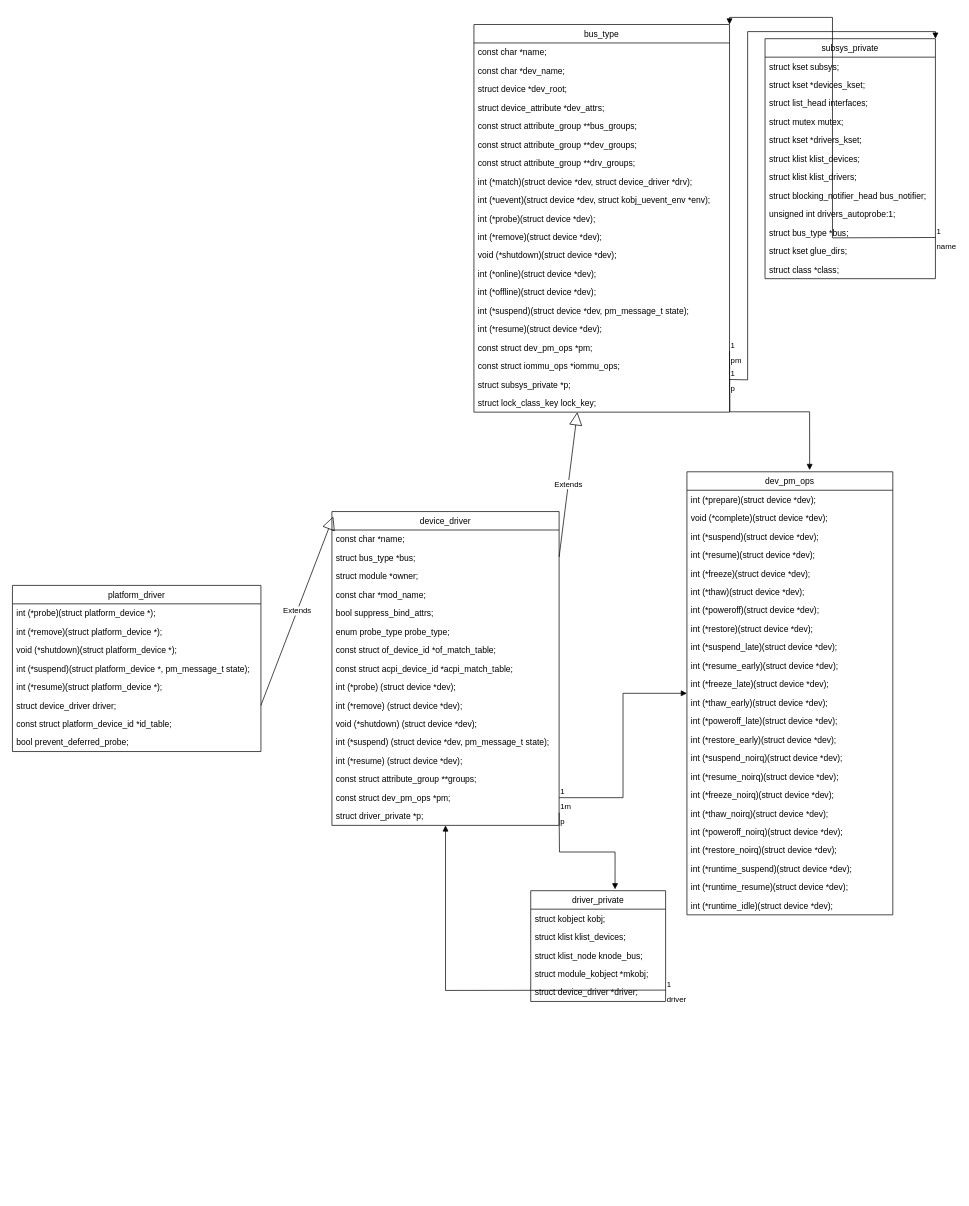
Above: Untitled Diagram.drawio in kent0628/diagrams (draw.io), before the change. Source tidied: cells renumbered, new cells numbered last; positions are measured from the earlier drawing's top-left corner, leaving out a move shared by most shapes. Both pictures are drawn from the tidied source at 71%, with x=0, y=0 at pixel (12, 24).
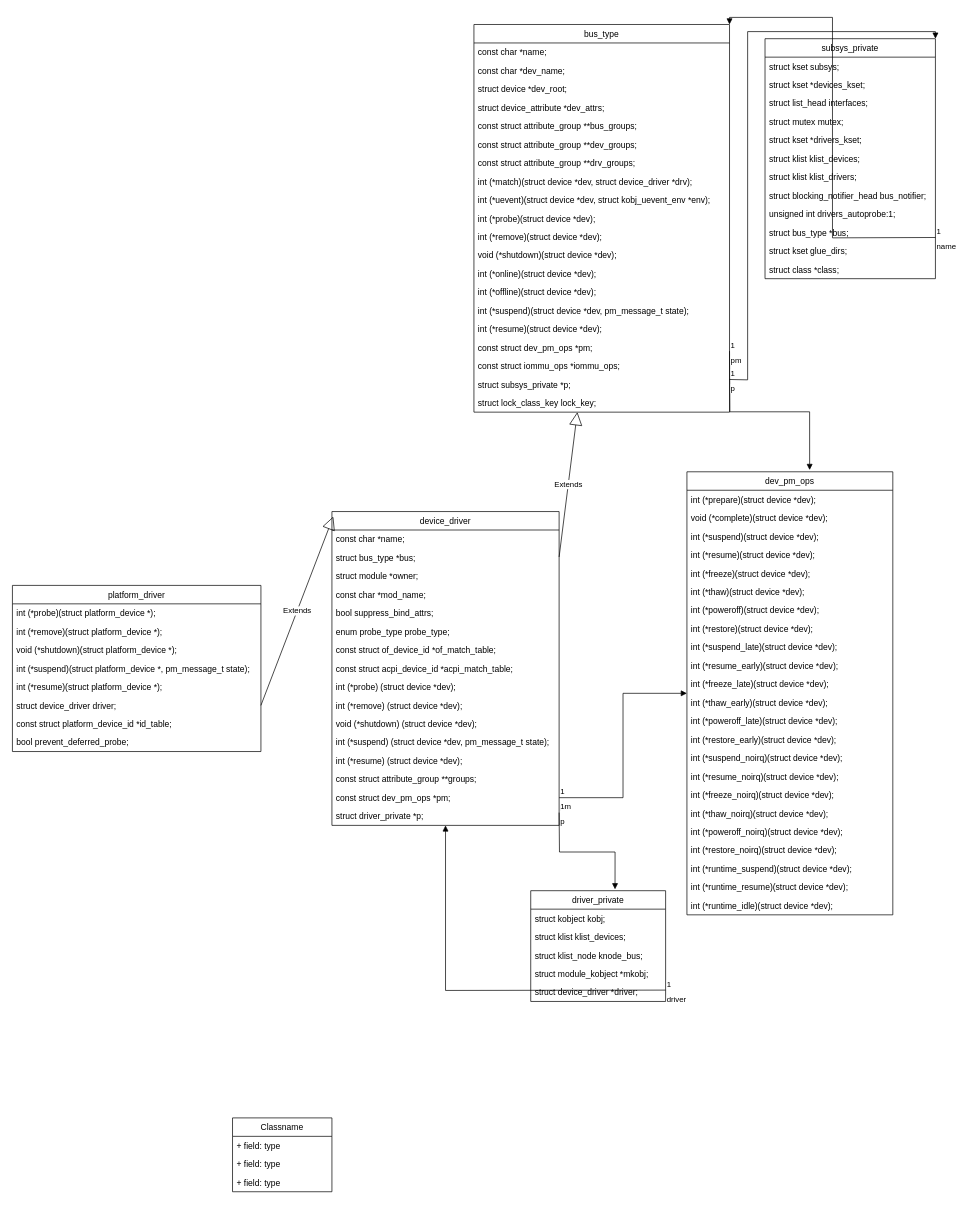
The same page after the edit.

The edit, as a diff of the source:
```diff
@@
+    <mxCell id="106" value="Classname" style="swimlane;fontStyle=0;horizontal=1;startSize=26;fillColor=none;" parent="1" vertex="1">
+      <mxGeometry x="310" y="1540" width="140" height="104" as="geometry" />
+    </mxCell>
+    <mxCell id="107" value="+ field: type" style="text;strokeColor=none;fillColor=none;align=left;verticalAlign=top;spacingLeft=4;spacingRight=4;overflow=hidden;" parent="106" vertex="1">
+      <mxGeometry y="26" width="140" height="26" as="geometry" />
+    </mxCell>
+    <mxCell id="108" value="+ field: type" style="text;strokeColor=none;fillColor=none;align=left;verticalAlign=top;spacingLeft=4;spacingRight=4;overflow=hidden;" parent="106" vertex="1">
+      <mxGeometry y="52" width="140" height="26" as="geometry" />
+    </mxCell>
+    <mxCell id="109" value="+ field: type" style="text;strokeColor=none;fillColor=none;align=left;verticalAlign=top;spacingLeft=4;spacingRight=4;overflow=hidden;" parent="106" vertex="1">
+      <mxGeometry y="78" width="140" height="26" as="geometry" />
+    </mxCell>
```
